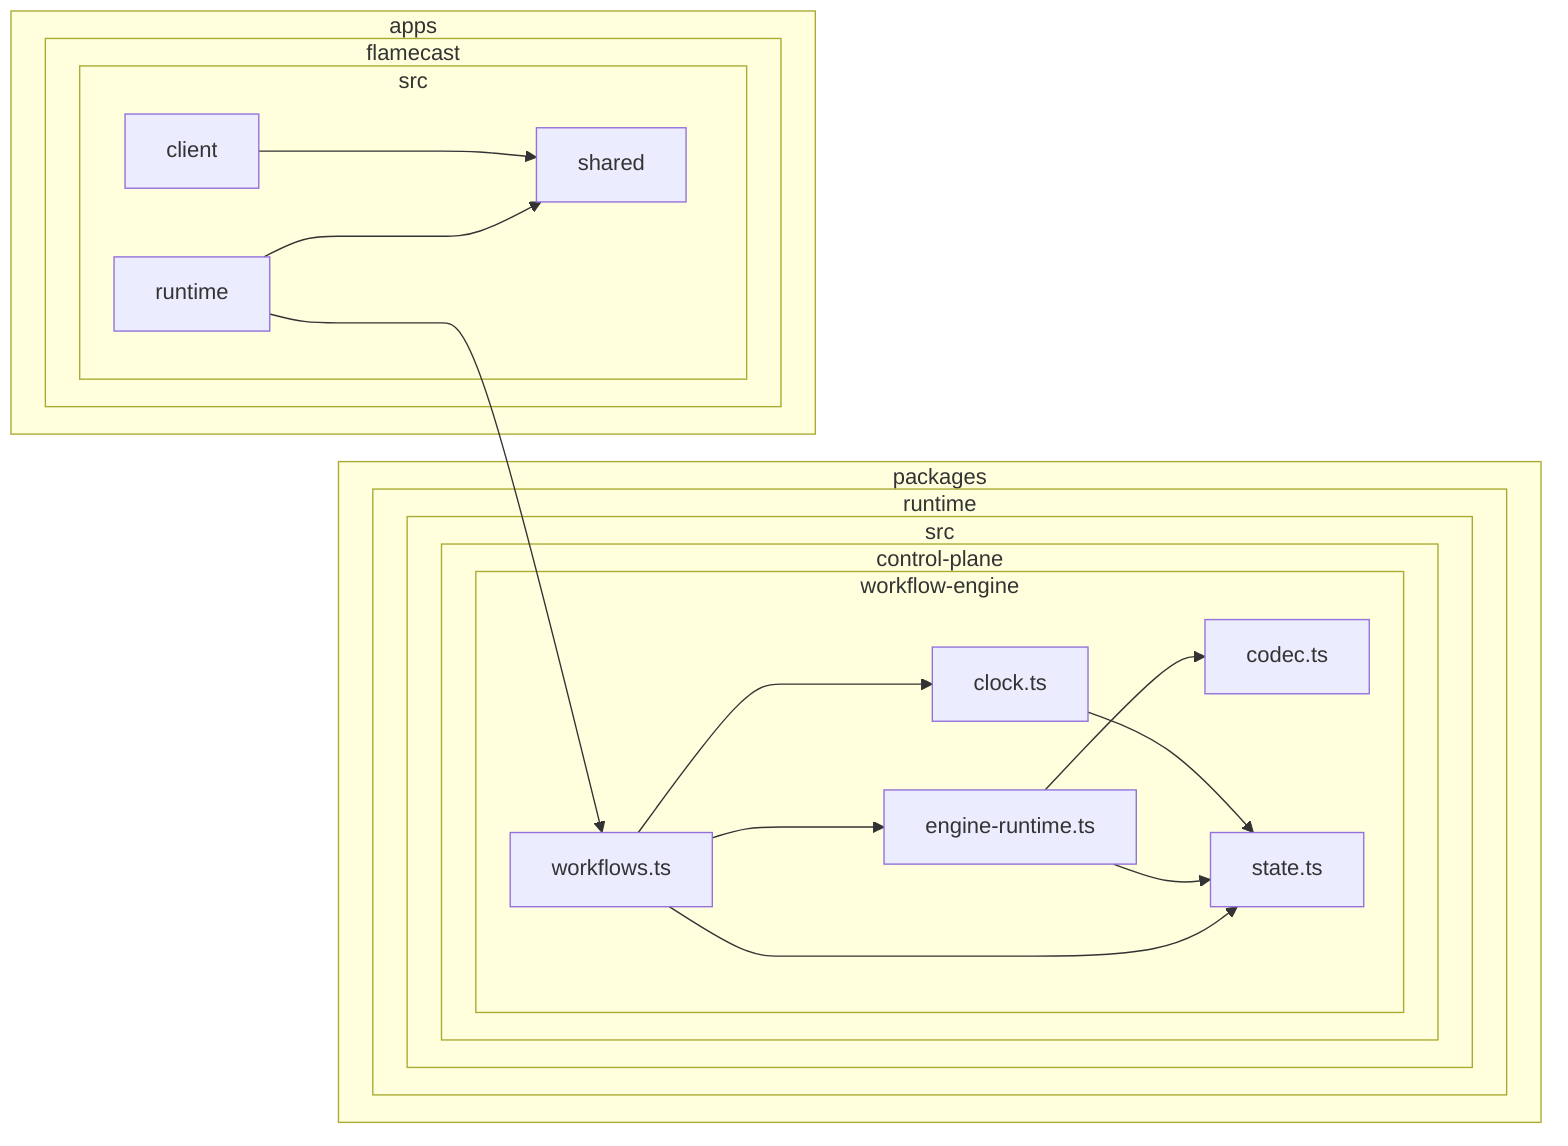
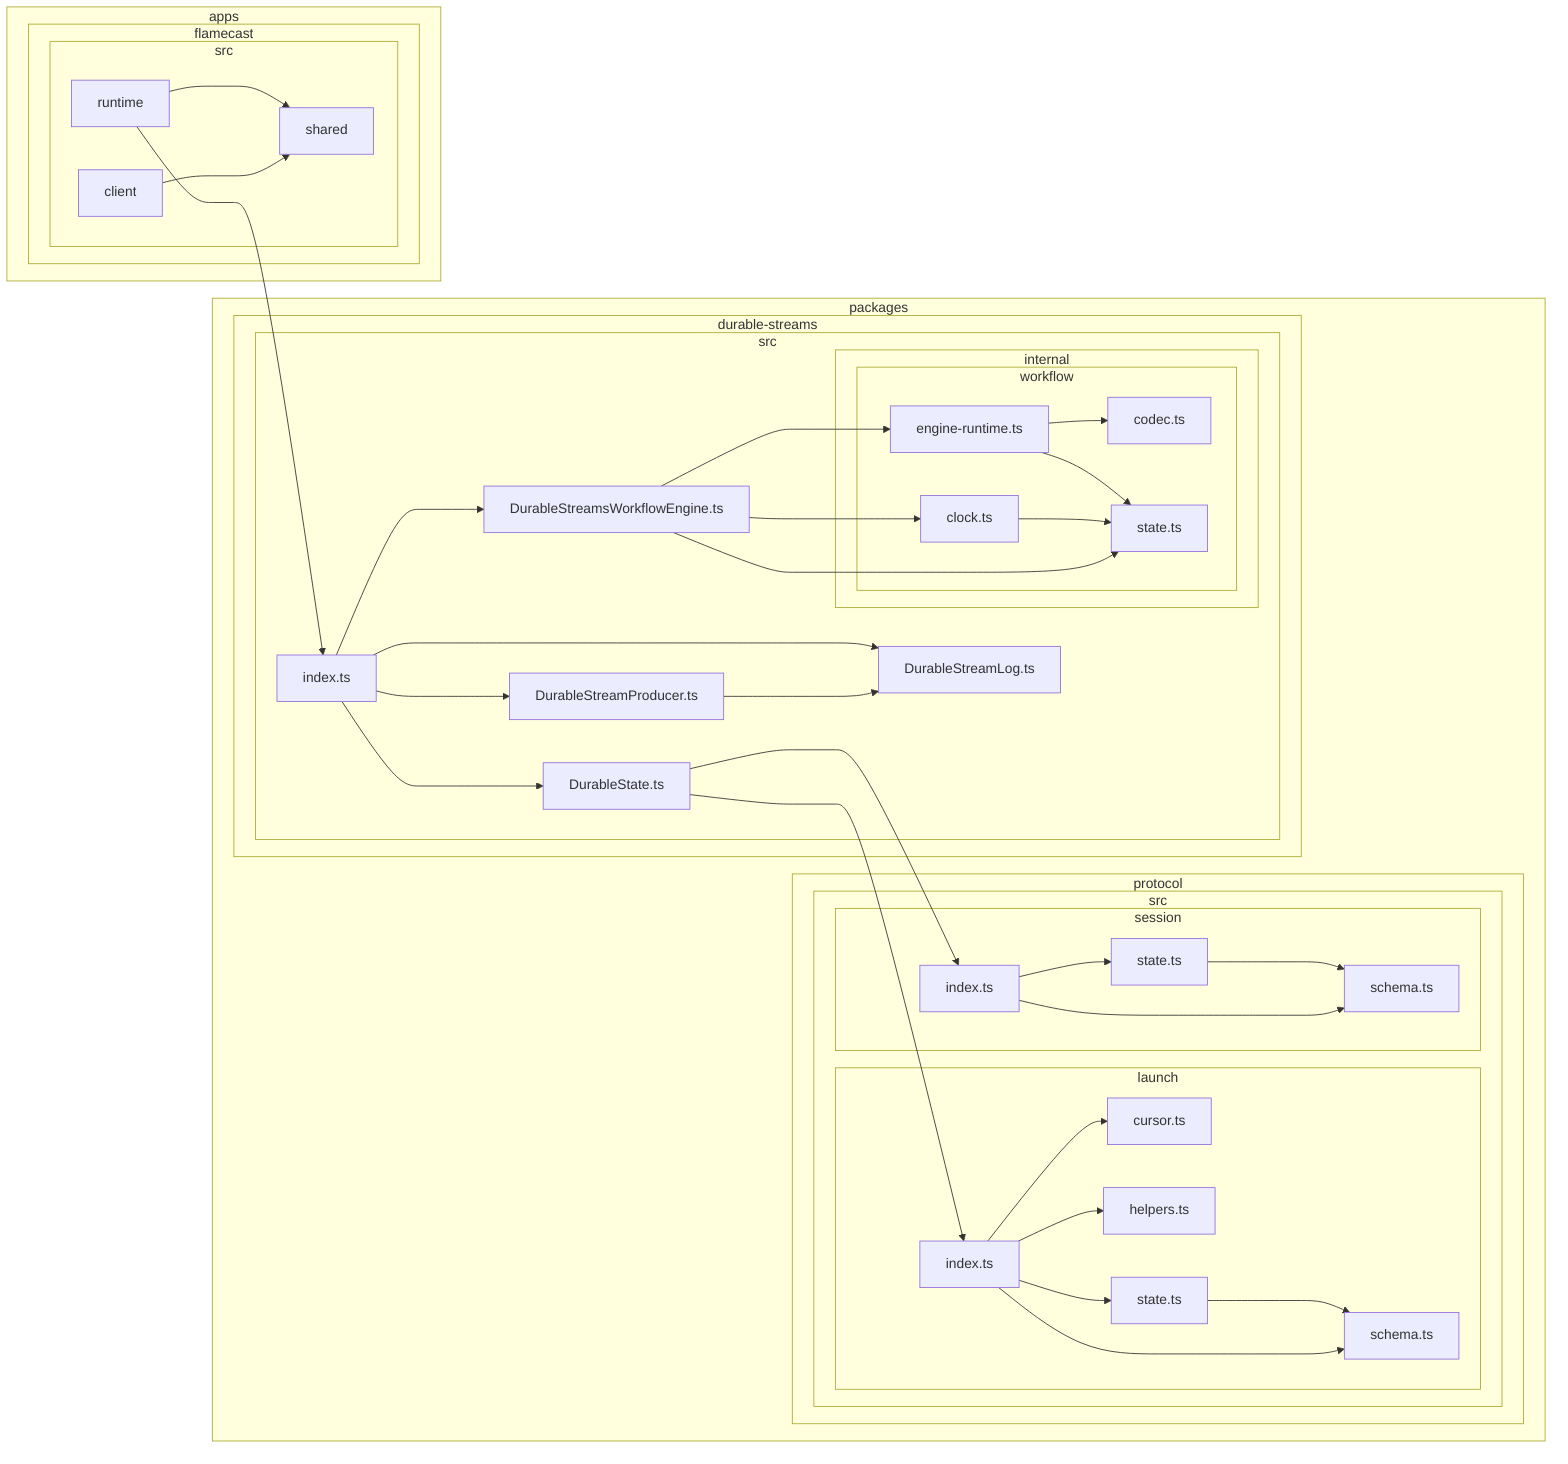
flowchart LR

subgraph 0["apps"]
subgraph 1["flamecast"]
subgraph 2["src"]
3["client"]
4["runtime"]
5["shared"]
end
end
end
subgraph 6["packages"]
- subgraph 7["runtime"]
+ subgraph 7["durable-streams"]
subgraph 8["src"]
- subgraph 9["control-plane"]
- subgraph A["workflow-engine"]
- B["clock.ts"]
- C["codec.ts"]
- D["engine-runtime.ts"]
- E["state.ts"]
- F["workflows.ts"]
+ 9["DurableState.ts"]
+ A["DurableStreamLog.ts"]
+ B["DurableStreamProducer.ts"]
+ C["DurableStreamsWorkflowEngine.ts"]
+ D["index.ts"]
+ subgraph E["internal"]
+ subgraph F["workflow"]
+ G["clock.ts"]
+ H["codec.ts"]
+ I["engine-runtime.ts"]
+ J["state.ts"]
end
+ end
+ end
+ end
+ subgraph K["protocol"]
+ subgraph L["src"]
+ subgraph M["launch"]
+ N["cursor.ts"]
+ O["helpers.ts"]
+ P["index.ts"]
+ Q["schema.ts"]
+ R["state.ts"]
+ end
+ subgraph S["session"]
+ T["index.ts"]
+ U["schema.ts"]
+ V["state.ts"]
end
end
end
end
3-->5
4-->5
- 4-->F
- B-->E
+ 4-->D
+ 9-->P
+ 9-->T
+ B-->A
+ C-->G
+ C-->I
+ C-->J
+ D-->9
+ D-->A
+ D-->B
D-->C
- D-->E
- F-->B
- F-->D
- F-->E
+ G-->J
+ I-->H
+ I-->J
+ P-->N
+ P-->O
+ P-->Q
+ P-->R
+ R-->Q
+ T-->U
+ T-->V
+ V-->U
